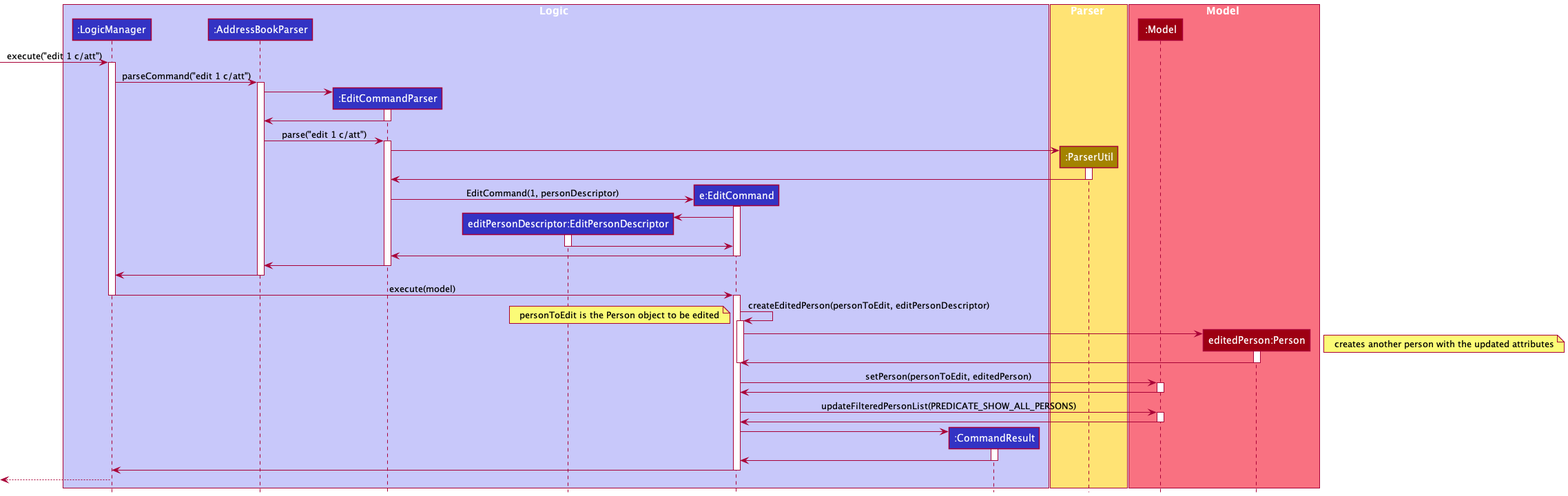
This is docs/images/EditCategoryCodeSequenceDiagram.png from nus-cs2103-AY2122S1/tp, a PlantUML export, as it was before one commit.
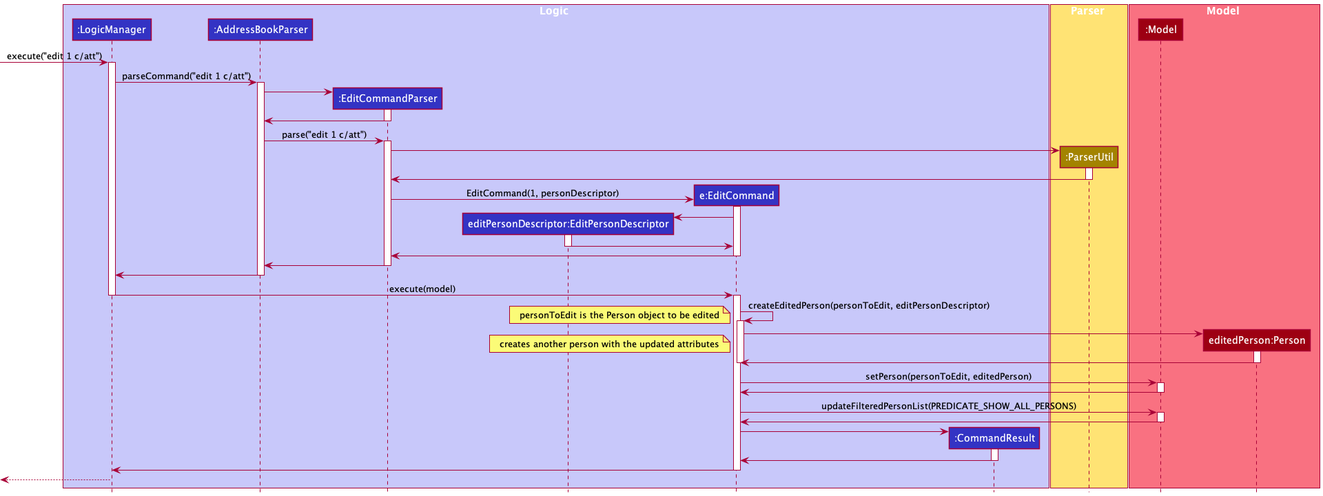
The same diagram one commit later.

Diff of the diagram source:
```diff
@@ -72,7 +72,7 @@
 
 create Person
 EditCommand -> Person
-note right: creates another person with the updated attributes
+note left: creates another person with the updated attributes
 activate Person
 
 Person -> EditCommand
```
